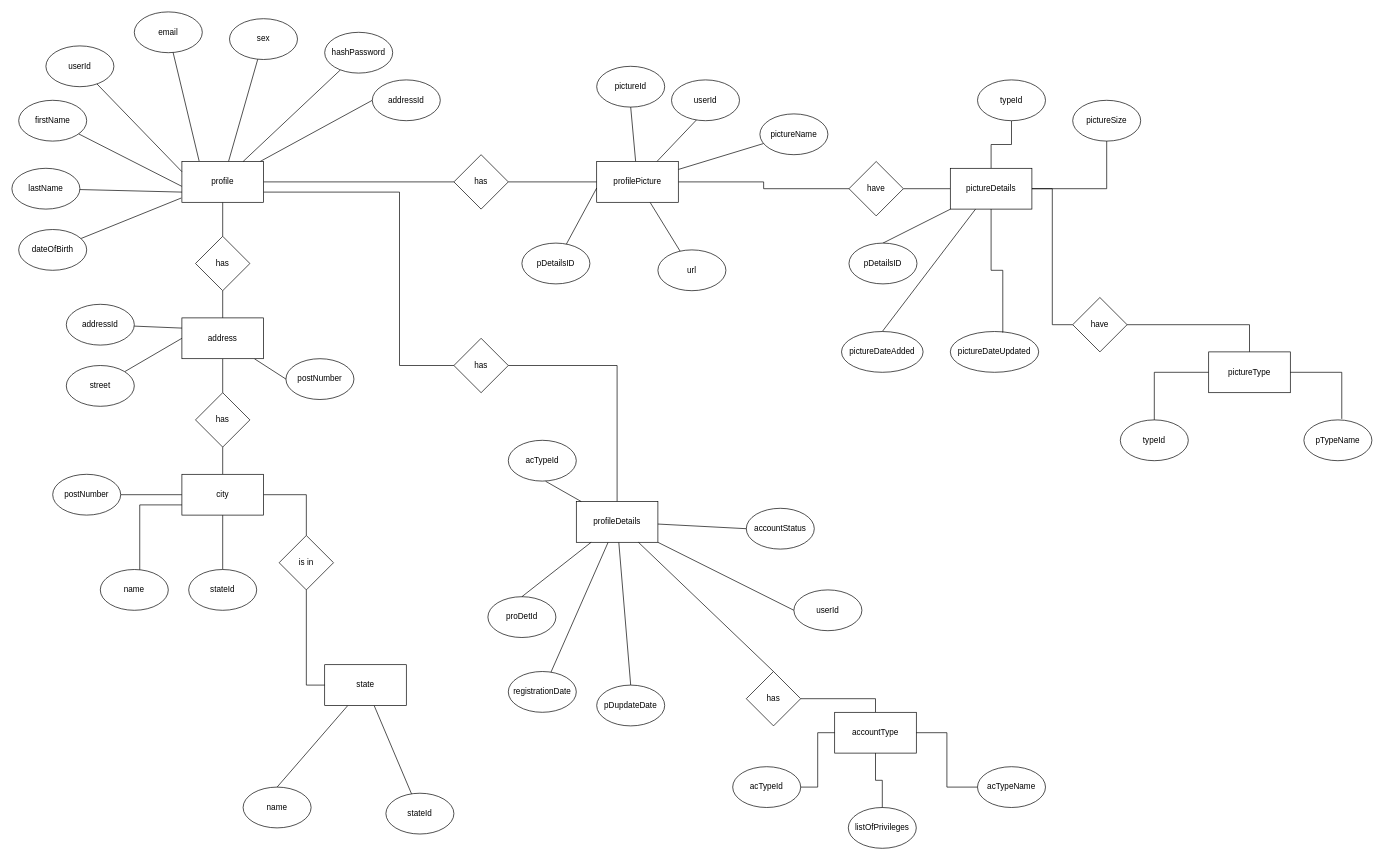
Earlier version of the draw.io diagram documentation/Entity relation diagrams and relation model/drawio files/socialnet_er_version1.drawio (Josip1234/Social-net). Source tidied: cells renumbered, new cells numbered last; positions are measured from the earlier drawing's top-left corner, leaving out a move shared by most shapes. Both pictures are drawn from the tidied source at 68%, with x=0, y=0 at pixel (12, 12).
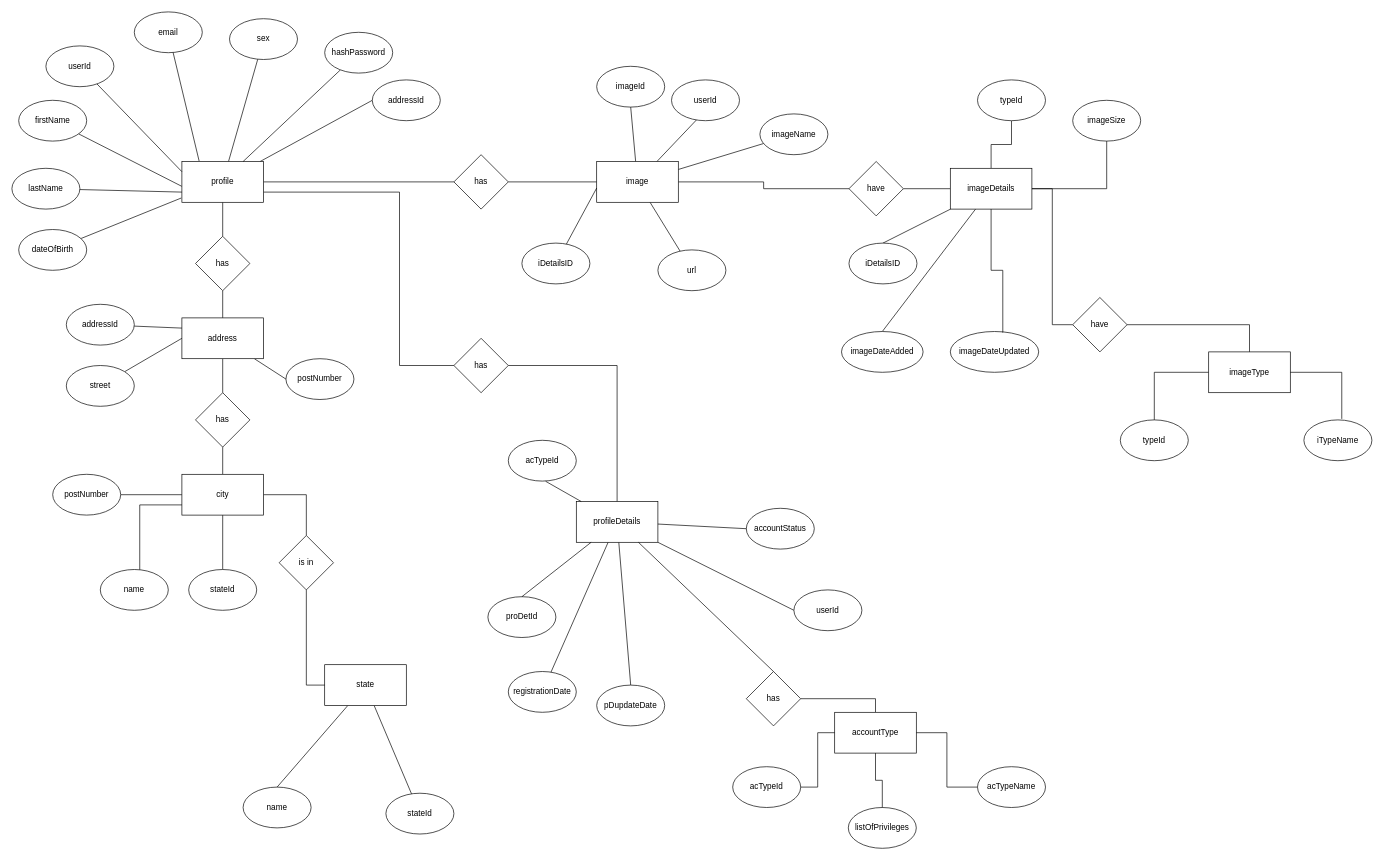
The same page after the edit.

The edit, as a diff of the source:
```diff
@@
-    <mxCell id="53" value="profilePicture" style="rounded=0;whiteSpace=wrap;html=1;" parent="1" vertex="1">
+    <mxCell id="53" value="image" style="rounded=0;whiteSpace=wrap;html=1;" parent="1" vertex="1">
       <mxGeometry x="860" y="220" width="120" height="60" as="geometry" />
     </mxCell>
-    <mxCell id="54" value="pictureId" style="ellipse;whiteSpace=wrap;html=1;" parent="1" vertex="1">
+    <mxCell id="54" value="imageId" style="ellipse;whiteSpace=wrap;html=1;" parent="1" vertex="1">
       <mxGeometry x="860" y="80" width="100" height="60" as="geometry" />
     </mxCell>
@@
-    <mxCell id="59" value="pictureName" style="ellipse;whiteSpace=wrap;html=1;" parent="1" vertex="1">
+    <mxCell id="59" value="imageName" style="ellipse;whiteSpace=wrap;html=1;" parent="1" vertex="1">
       <mxGeometry x="1100" y="150" width="100" height="60" as="geometry" />
     </mxCell>
@@
-    <mxCell id="64" value="pictureType" style="rounded=0;whiteSpace=wrap;html=1;" parent="1" vertex="1">
+    <mxCell id="64" value="imageType" style="rounded=0;whiteSpace=wrap;html=1;" parent="1" vertex="1">
       <mxGeometry x="1760" y="500" width="120" height="60" as="geometry" />
     </mxCell>
@@
-    <mxCell id="66" value="pTypeName" style="ellipse;whiteSpace=wrap;html=1;" parent="1" vertex="1">
+    <mxCell id="66" value="iTypeName" style="ellipse;whiteSpace=wrap;html=1;" parent="1" vertex="1">
       <mxGeometry x="1900" y="600" width="100" height="60" as="geometry" />
     </mxCell>
@@
-    <mxCell id="99" value="pictureDetails" style="rounded=0;whiteSpace=wrap;html=1;" parent="1" vertex="1">
+    <mxCell id="99" value="imageDetails" style="rounded=0;whiteSpace=wrap;html=1;" parent="1" vertex="1">
       <mxGeometry x="1380" y="230" width="120" height="60" as="geometry" />
     </mxCell>
-    <mxCell id="100" value="pDetailsID" style="ellipse;whiteSpace=wrap;html=1;" parent="1" vertex="1">
+    <mxCell id="100" value="iDetailsID" style="ellipse;whiteSpace=wrap;html=1;" parent="1" vertex="1">
       <mxGeometry x="1231" y="340" width="100" height="60" as="geometry" />
     </mxCell>
-    <mxCell id="101" value="pDetailsID" style="ellipse;whiteSpace=wrap;html=1;" parent="1" vertex="1">
+    <mxCell id="101" value="iDetailsID" style="ellipse;whiteSpace=wrap;html=1;" parent="1" vertex="1">
       <mxGeometry x="750" y="340" width="100" height="60" as="geometry" />
     </mxCell>
@@
-    <mxCell id="104" value="pictureSize" style="ellipse;whiteSpace=wrap;html=1;" parent="1" vertex="1">
+    <mxCell id="104" value="imageSize" style="ellipse;whiteSpace=wrap;html=1;" parent="1" vertex="1">
       <mxGeometry x="1560" y="130" width="100" height="60" as="geometry" />
     </mxCell>
@@
-    <mxCell id="106" value="pictureDateAdded" style="ellipse;whiteSpace=wrap;html=1;" parent="1" vertex="1">
+    <mxCell id="106" value="imageDateAdded" style="ellipse;whiteSpace=wrap;html=1;" parent="1" vertex="1">
       <mxGeometry x="1220" y="470" width="120" height="60" as="geometry" />
     </mxCell>
-    <mxCell id="107" value="pictureDateUpdated" style="ellipse;whiteSpace=wrap;html=1;" parent="1" vertex="1">
+    <mxCell id="107" value="imageDateUpdated" style="ellipse;whiteSpace=wrap;html=1;" parent="1" vertex="1">
       <mxGeometry x="1380" y="470" width="130" height="60" as="geometry" />
     </mxCell>
```
